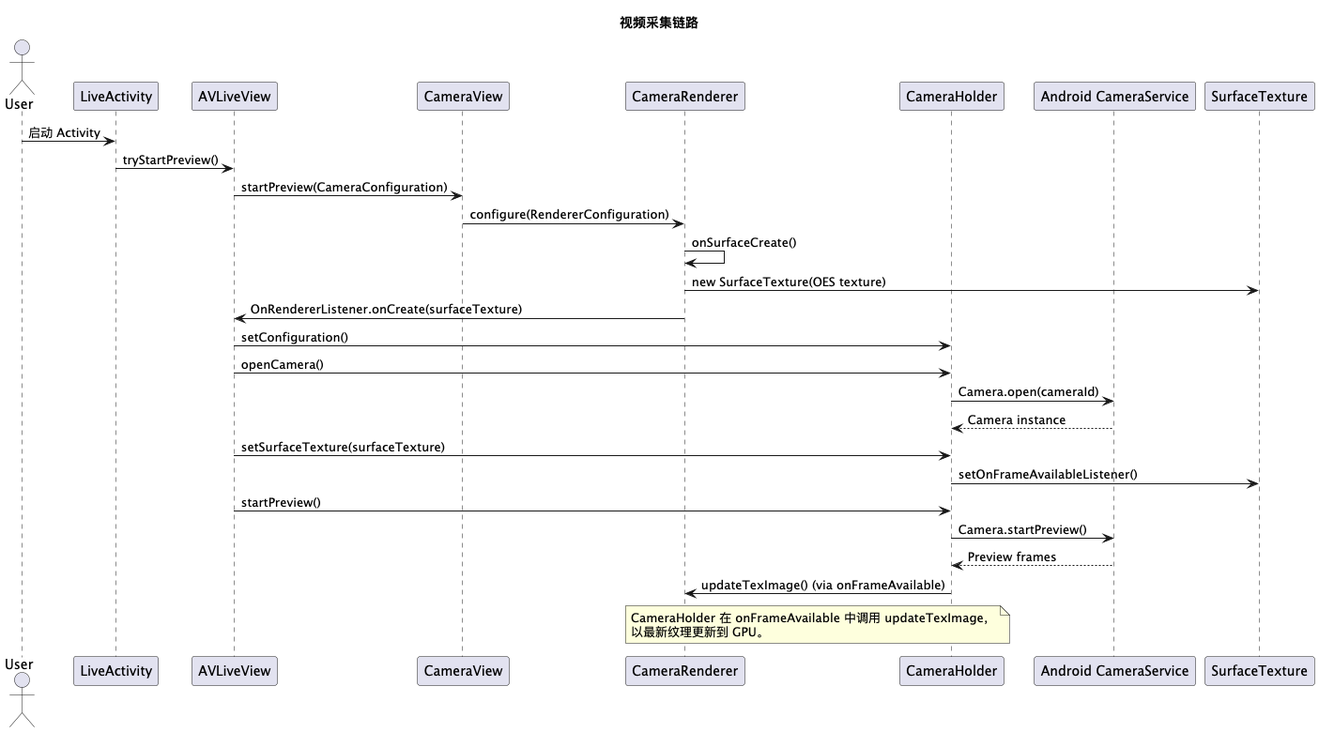
This is docs/generated/video_capture.png from sunlulu427/MixedStream, a PlantUML export, as it was before one commit. The source it was exported from:
```plantuml
@startuml
title 视频采集链路

actor User
participant LiveActivity
participant AVLiveView
participant CameraView
participant CameraRenderer
participant CameraHolder
participant "Android CameraService" as CameraService
participant SurfaceTexture

User -> LiveActivity: 启动 Activity
LiveActivity -> AVLiveView: tryStartPreview()
AVLiveView -> CameraView: startPreview(CameraConfiguration)
CameraView -> CameraRenderer: configure(RendererConfiguration)
CameraRenderer -> CameraRenderer: onSurfaceCreate()
CameraRenderer -> SurfaceTexture: new SurfaceTexture(OES texture)
CameraRenderer -> AVLiveView: OnRendererListener.onCreate(surfaceTexture)
AVLiveView -> CameraHolder: setConfiguration()
AVLiveView -> CameraHolder: openCamera()
CameraHolder -> CameraService: Camera.open(cameraId)
CameraService --> CameraHolder: Camera instance
AVLiveView -> CameraHolder: setSurfaceTexture(surfaceTexture)
CameraHolder -> SurfaceTexture: setOnFrameAvailableListener()
AVLiveView -> CameraHolder: startPreview()
CameraHolder -> CameraService: Camera.startPreview()
CameraService --> CameraHolder: Preview frames
CameraHolder -> CameraRenderer: updateTexImage() (via onFrameAvailable)

note over CameraHolder,CameraRenderer
CameraHolder 在 onFrameAvailable 中调用 updateTexImage，
以最新纹理更新到 GPU。
end note

@enduml
```
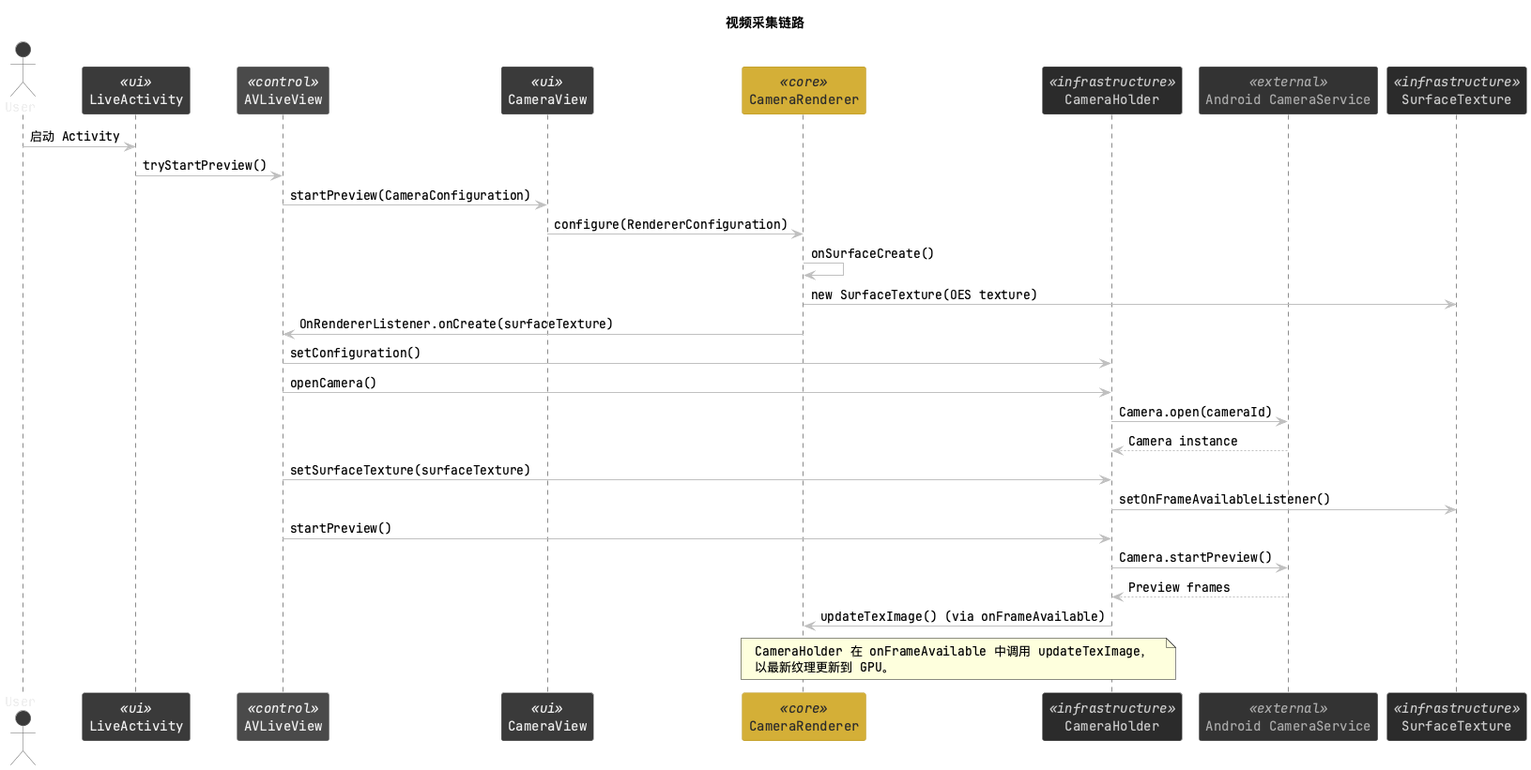
The same diagram one commit later.

What changed in the source:
```diff
@@ -1,14 +1,52 @@
 @startuml
 title 视频采集链路
 
+skinparam participant {
+  BackgroundColor #2b2b2b
+  BorderColor #999999
+  FontColor #f0f0f0
+}
+skinparam actor {
+  BackgroundColor #3a3a3a
+  BorderColor #666666
+  FontColor #f0f0f0
+}
+skinparam participant<<ui>> {
+  BackgroundColor #3a3a3a
+  BorderColor #666666
+  FontColor #f0f0f0
+}
+skinparam participant<<control>> {
+  BackgroundColor #4a4a4a
+  BorderColor #777777
+  FontColor #f0f0f0
+}
+skinparam participant<<core>> {
+  BackgroundColor #D4AF37
+  BorderColor #B8941F
+  FontColor #2b2b2b
+}
+skinparam participant<<infrastructure>> {
+  BackgroundColor #2b2b2b
+  BorderColor #555555
+  FontColor #cccccc
+}
+skinparam participant<<external>> {
+  BackgroundColor #333333
+  BorderColor #666666
+  FontColor #aaaaaa
+}
+skinparam ArrowColor #c0c0c0
+skinparam defaultFontName "JetBrains Mono"
+
 actor User
-participant LiveActivity
-participant AVLiveView
-participant CameraView
-participant CameraRenderer
-participant CameraHolder
-participant "Android CameraService" as CameraService
-participant SurfaceTexture
+participant LiveActivity <<ui>>
+participant AVLiveView <<control>>
+participant CameraView <<ui>>
+participant CameraRenderer <<core>>
+participant CameraHolder <<infrastructure>>
+participant "Android CameraService" as CameraService <<external>>
+participant SurfaceTexture <<infrastructure>>
 
 User -> LiveActivity: 启动 Activity
 LiveActivity -> AVLiveView: tryStartPreview()
```
